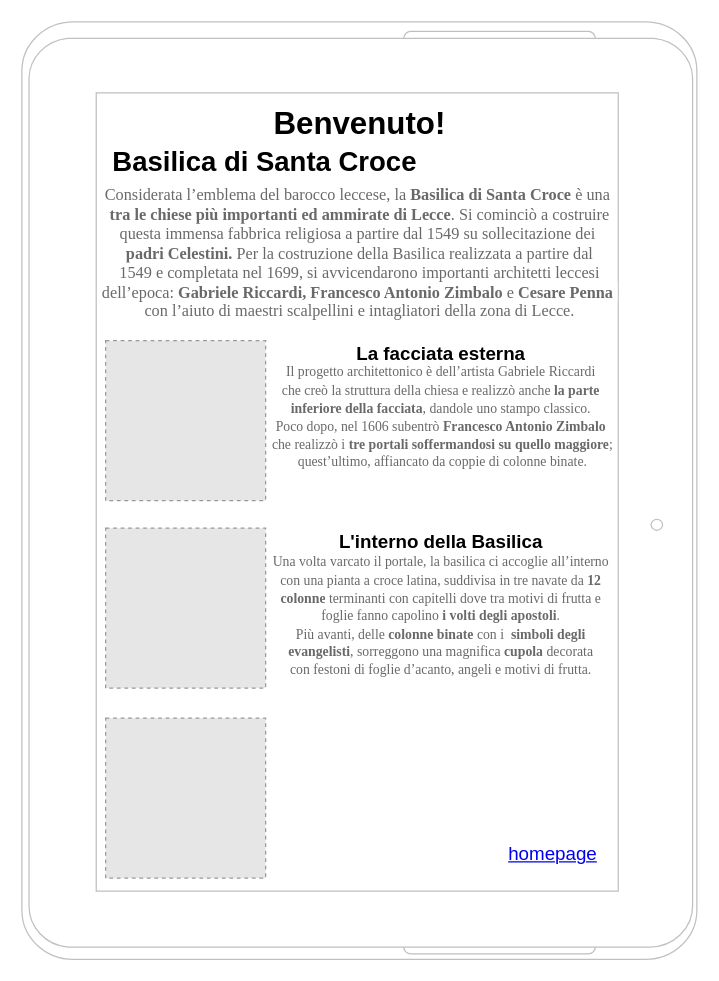
Before: WireFrame.drawio in claudiaamorosi/2021-marconi-turismo-lecce, a draw.io diagram. Source tidied: cells renumbered, new cells numbered last; positions are measured from the earlier drawing's top-left corner, leaving out a move shared by most shapes. Both pictures are drawn from the tidied source at 125%, with x=0, y=0 at pixel (21, 21). Pictures stored in the file or linked from it are replaced by grey dashed boxes.
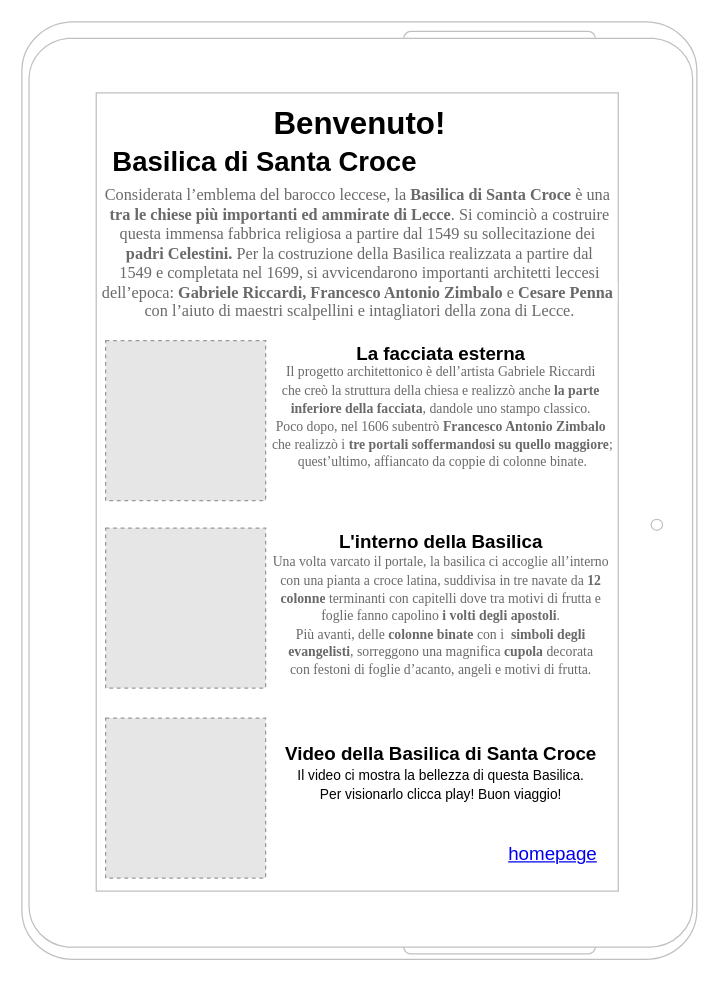
The same diagram, later.

Change to the diagram source:
```diff
@@
 <mxGraphModel>
   <root>
     <mxCell id="0" />
     <mxCell id="1" parent="0" />
     <mxCell id="2" style="verticalLabelPosition=bottom;verticalAlign=top;html=1;shadow=0;dashed=0;strokeWidth=1;shape=mxgraph.android.tab2;strokeColor=#c0c0c0;" parent="1" vertex="1">
       <mxGeometry width="540" height="750" as="geometry" />
     </mxCell>
     <mxCell id="3" value="&lt;font&gt;&lt;b&gt;&lt;br&gt;&lt;font style=&quot;font-size: 22px&quot;&gt;Basilica di Santa Croce&lt;/font&gt;&lt;/b&gt;&lt;/font&gt;" style="text;html=1;align=center;verticalAlign=middle;fillColor=none;strokeColor=none;rounded=0;" parent="1" vertex="1">
       <mxGeometry x="64" y="85" width="260" height="40" as="geometry" />
     </mxCell>
     <mxCell id="4" value="&lt;font size=&quot;1&quot;&gt;&lt;b style=&quot;font-size: 25px&quot;&gt;Benvenuto!&lt;/b&gt;&lt;/font&gt;" style="text;html=1;align=center;verticalAlign=middle;fillColor=none;strokeColor=none;rounded=0;" parent="1" vertex="1">
       <mxGeometry x="195" y="65" width="150" height="30" as="geometry" />
     </mxCell>
     <mxCell id="5" style="fillColor=#E6E6E6;strokeColor=#999999;dashed=1;html=1;verticalAlign=top;verticalLabelPosition=bottom;labelBackgroundColor=#ffffff;" parent="1" vertex="1">
       <mxGeometry x="67" y="557" width="128" height="128" as="geometry" />
     </mxCell>
     <mxCell id="6" style="fillColor=#E6E6E6;strokeColor=#999999;dashed=1;html=1;verticalAlign=top;verticalLabelPosition=bottom;labelBackgroundColor=#ffffff;" parent="1" vertex="1">
       <mxGeometry x="67" y="255" width="128" height="128" as="geometry" />
     </mxCell>
     <mxCell id="7" style="fillColor=#E6E6E6;strokeColor=#999999;dashed=1;html=1;verticalAlign=top;verticalLabelPosition=bottom;labelBackgroundColor=#ffffff;" parent="1" vertex="1">
       <mxGeometry x="67" y="405" width="128" height="128" as="geometry" />
     </mxCell>
     <mxCell id="8" value="&lt;span style=&quot;font-size: 15px&quot;&gt;homepage&lt;/span&gt;" style="text;html=1;strokeColor=none;fillColor=none;whiteSpace=wrap;align=center;verticalAlign=middle;fontColor=#0000EE;fontStyle=4;" parent="1" vertex="1">
       <mxGeometry x="390" y="645" width="70" height="40" as="geometry" />
     </mxCell>
     <mxCell id="9" value="&lt;font style=&quot;font-size: 15px&quot;&gt;&lt;b&gt;La facciata esterna&lt;/b&gt;&lt;/font&gt;" style="text;html=1;align=center;verticalAlign=middle;fillColor=none;strokeColor=none;rounded=0;" parent="1" vertex="1">
       <mxGeometry x="260" y="255" width="150" height="20" as="geometry" />
     </mxCell>
     <mxCell id="10" value="&lt;font style=&quot;font-size: 13px&quot;&gt;&lt;span style=&quot;color: rgb(105 , 105 , 105) ; font-family: &amp;#34;lora&amp;#34; , serif ; background-color: rgb(255 , 255 , 255)&quot;&gt;Considerata l’emblema del barocco leccese, la&amp;nbsp;&lt;/span&gt;&lt;span style=&quot;box-sizing: border-box ; font-weight: 700 ; color: rgb(105 , 105 , 105) ; font-family: &amp;#34;lora&amp;#34; , serif ; background-color: rgb(255 , 255 , 255)&quot;&gt;Basilica di Santa Croce&lt;/span&gt;&lt;span style=&quot;color: rgb(105 , 105 , 105) ; font-family: &amp;#34;lora&amp;#34; , serif ; background-color: rgb(255 , 255 , 255)&quot;&gt;&amp;nbsp;è una&amp;nbsp;&lt;br&gt;&lt;/span&gt;&lt;span style=&quot;box-sizing: border-box ; font-weight: 700 ; color: rgb(105 , 105 , 105) ; font-family: &amp;#34;lora&amp;#34; , serif ; background-color: rgb(255 , 255 , 255)&quot;&gt;tra le chiese più importanti ed ammirate di Lecce&lt;/span&gt;&lt;span style=&quot;color: rgb(105 , 105 , 105) ; font-family: &amp;#34;lora&amp;#34; , serif ; background-color: rgb(255 , 255 , 255)&quot;&gt;. Si cominciò a costruire &lt;br&gt;questa immensa fabbrica religiosa a partire dal 1549 su sollecitazione dei&amp;nbsp;&lt;br&gt;&lt;/span&gt;&lt;/font&gt;&lt;span style=&quot;box-sizing: border-box ; font-weight: 700 ; color: rgb(105 , 105 , 105) ; font-family: &amp;#34;lora&amp;#34; , serif ; background-color: rgb(255 , 255 , 255) ; font-size: 13px&quot;&gt;&lt;font style=&quot;font-size: 13px&quot;&gt;padri Celestini.&amp;nbsp;&lt;span style=&quot;font-weight: 400&quot;&gt;Per la costruzione della Basilica realizzata a partire dal &lt;br&gt;1549 e completata nel 1699, si avvicendarono importanti architetti leccesi &lt;br&gt;dell’epoca:&amp;nbsp;&lt;/span&gt;&lt;span style=&quot;box-sizing: border-box&quot;&gt;Gabriele Riccardi, Francesco Antonio Zimbalo&lt;/span&gt;&lt;span style=&quot;font-weight: 400&quot;&gt;&amp;nbsp;e&lt;/span&gt;&lt;span style=&quot;box-sizing: border-box&quot;&gt;&amp;nbsp;Cesare Penna&amp;nbsp;&lt;br&gt;&lt;/span&gt;&lt;span style=&quot;font-weight: 400&quot;&gt;con l’aiuto di maestri scalpellini e intagliatori della zona di Lecce.&lt;/span&gt;&lt;/font&gt;&lt;br&gt;&lt;/span&gt;" style="text;html=1;align=center;verticalAlign=middle;fillColor=none;strokeColor=none;rounded=0;" parent="1" vertex="1">
       <mxGeometry x="55" y="135" width="430" height="100" as="geometry" />
     </mxCell>
     <mxCell id="11" value="&lt;font style=&quot;font-size: 11px&quot;&gt;&lt;span style=&quot;color: rgb(105 , 105 , 105) ; font-family: &amp;#34;lora&amp;#34; , serif ; background-color: rgb(255 , 255 , 255)&quot;&gt;Il progetto architettonico è dell’artista Gabriele Riccardi &lt;br&gt;che creò la struttura della chiesa e realizzò anche&amp;nbsp;&lt;/span&gt;&lt;span style=&quot;box-sizing: border-box ; font-weight: 700 ; color: rgb(105 , 105 , 105) ; font-family: &amp;#34;lora&amp;#34; , serif ; background-color: rgb(255 , 255 , 255)&quot;&gt;la parte&lt;br&gt;inferiore della facciata&lt;/span&gt;&lt;span style=&quot;color: rgb(105 , 105 , 105) ; font-family: &amp;#34;lora&amp;#34; , serif ; background-color: rgb(255 , 255 , 255)&quot;&gt;, dandole uno stampo classico.&lt;br&gt;&lt;/span&gt;&lt;span style=&quot;color: rgb(105 , 105 , 105) ; font-family: &amp;#34;lora&amp;#34; , serif ; background-color: rgb(255 , 255 , 255)&quot;&gt;Poco dopo, nel 1606 subentrò&amp;nbsp;&lt;/span&gt;&lt;span style=&quot;box-sizing: border-box ; font-weight: 700 ; color: rgb(105 , 105 , 105) ; font-family: &amp;#34;lora&amp;#34; , serif ; background-color: rgb(255 , 255 , 255)&quot;&gt;Francesco Antonio Zimbalo&lt;br&gt;&lt;/span&gt;&lt;span style=&quot;color: rgb(105 , 105 , 105) ; font-family: &amp;#34;lora&amp;#34; , serif ; background-color: rgb(255 , 255 , 255)&quot;&gt;&amp;nbsp;che realizzò i&amp;nbsp;&lt;/span&gt;&lt;span style=&quot;box-sizing: border-box ; font-weight: 700 ; color: rgb(105 , 105 , 105) ; font-family: &amp;#34;lora&amp;#34; , serif ; background-color: rgb(255 , 255 , 255)&quot;&gt;tre portali soffermandosi su quello maggiore&lt;/span&gt;&lt;span style=&quot;color: rgb(105 , 105 , 105) ; font-family: &amp;#34;lora&amp;#34; , serif ; background-color: rgb(255 , 255 , 255)&quot;&gt;;&lt;br&gt;&amp;nbsp;quest’ultimo, affiancato da coppie di colonne binate.&lt;/span&gt;&lt;/font&gt;" style="text;html=1;align=center;verticalAlign=middle;fillColor=none;strokeColor=none;rounded=0;" parent="1" vertex="1">
       <mxGeometry x="190" y="271" width="290" height="90" as="geometry" />
     </mxCell>
     <mxCell id="12" value="&lt;b&gt;&lt;font style=&quot;font-size: 15px&quot;&gt;L'interno della Basilica&lt;/font&gt;&lt;/b&gt;" style="text;html=1;align=center;verticalAlign=middle;fillColor=none;strokeColor=none;rounded=0;" parent="1" vertex="1">
       <mxGeometry x="245" y="405" width="180" height="20" as="geometry" />
     </mxCell>
     <mxCell id="13" value="&lt;font style=&quot;font-size: 11px&quot;&gt;&lt;span style=&quot;color: rgb(105 , 105 , 105) ; font-family: &amp;#34;lora&amp;#34; , serif ; background-color: rgb(255 , 255 , 255)&quot;&gt;Una volta varcato il portale, la basilica ci accoglie all’interno &lt;br&gt;con una pianta a croce latina, suddivisa in tre navate da&amp;nbsp;&lt;/span&gt;&lt;span style=&quot;box-sizing: border-box ; font-weight: 700 ; color: rgb(105 , 105 , 105) ; font-family: &amp;#34;lora&amp;#34; , serif ; background-color: rgb(255 , 255 , 255)&quot;&gt;12 &lt;br&gt;colonne&lt;/span&gt;&lt;span style=&quot;color: rgb(105 , 105 , 105) ; font-family: &amp;#34;lora&amp;#34; , serif ; background-color: rgb(255 , 255 , 255)&quot;&gt;&amp;nbsp;terminanti con capitelli dove tra motivi di frutta e &lt;br&gt;foglie fanno capolino&amp;nbsp;&lt;/span&gt;&lt;span style=&quot;box-sizing: border-box ; font-weight: 700 ; color: rgb(105 , 105 , 105) ; font-family: &amp;#34;lora&amp;#34; , serif ; background-color: rgb(255 , 255 , 255)&quot;&gt;i volti degli apostoli&lt;/span&gt;&lt;span style=&quot;color: rgb(105 , 105 , 105) ; font-family: &amp;#34;lora&amp;#34; , serif ; background-color: rgb(255 , 255 , 255)&quot;&gt;. &lt;br&gt;Più avanti, delle&amp;nbsp;&lt;/span&gt;&lt;span style=&quot;box-sizing: border-box ; font-weight: 700 ; color: rgb(105 , 105 , 105) ; font-family: &amp;#34;lora&amp;#34; , serif ; background-color: rgb(255 , 255 , 255)&quot;&gt;colonne binate&lt;/span&gt;&lt;span style=&quot;color: rgb(105 , 105 , 105) ; font-family: &amp;#34;lora&amp;#34; , serif ; background-color: rgb(255 , 255 , 255)&quot;&gt;&amp;nbsp;con i&amp;nbsp;&amp;nbsp;&lt;/span&gt;&lt;span style=&quot;box-sizing: border-box ; font-weight: 700 ; color: rgb(105 , 105 , 105) ; font-family: &amp;#34;lora&amp;#34; , serif ; background-color: rgb(255 , 255 , 255)&quot;&gt;simboli degli &lt;br&gt;evangelisti&lt;/span&gt;&lt;span style=&quot;color: rgb(105 , 105 , 105) ; font-family: &amp;#34;lora&amp;#34; , serif ; background-color: rgb(255 , 255 , 255)&quot;&gt;, sorreggono una magnifica&amp;nbsp;&lt;/span&gt;&lt;span style=&quot;box-sizing: border-box ; font-weight: 700 ; color: rgb(105 , 105 , 105) ; font-family: &amp;#34;lora&amp;#34; , serif ; background-color: rgb(255 , 255 , 255)&quot;&gt;cupola&lt;/span&gt;&lt;span style=&quot;color: rgb(105 , 105 , 105) ; font-family: &amp;#34;lora&amp;#34; , serif ; background-color: rgb(255 , 255 , 255)&quot;&gt;&amp;nbsp;decorata &lt;br&gt;con festoni di foglie d’acanto, angeli e motivi di frutta.&lt;/span&gt;&lt;/font&gt;" style="text;html=1;align=center;verticalAlign=middle;fillColor=none;strokeColor=none;rounded=0;" parent="1" vertex="1">
       <mxGeometry x="195" y="425" width="280" height="100" as="geometry" />
     </mxCell>
+    <mxCell id="14" value="&lt;font style=&quot;font-size: 15px&quot;&gt;&lt;b&gt;Video della Basilica di Santa Croce&lt;/b&gt;&lt;/font&gt;" style="text;html=1;align=center;verticalAlign=middle;fillColor=none;strokeColor=none;rounded=0;" parent="1" vertex="1">
+      <mxGeometry x="205" y="575" width="260" height="20" as="geometry" />
+    </mxCell>
+    <mxCell id="15" value="&lt;font style=&quot;font-size: 11px&quot;&gt;Il video ci mostra la bellezza di questa Basilica. &lt;br&gt;Per visionarlo clicca play! Buon viaggio!&lt;/font&gt;" style="text;html=1;align=center;verticalAlign=middle;fillColor=none;strokeColor=none;rounded=0;" parent="1" vertex="1">
+      <mxGeometry x="215" y="595" width="240" height="30" as="geometry" />
+    </mxCell>
   </root>
 </mxGraphModel>
```
